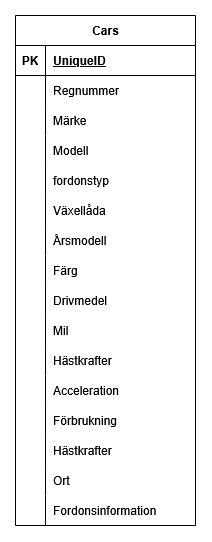
The draw.io diagram db/Bil_ER.drawio.png in Rilr20/car_overview, before a commit. Source tidied: cells renumbered, new cells last; positions are measured from the earlier drawing's top-left corner, leaving out a move shared by most shapes.
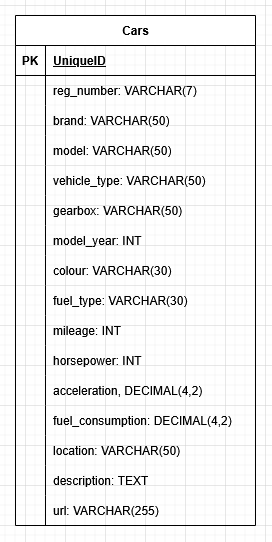
The same file after the commit.

Commit message:
updated to english, with data types

What changed in the source:
```diff
@@ -3,151 +3,151 @@
     <mxCell id="0" />
     <mxCell id="1" parent="0" />
     <mxCell id="2" value="Cars" style="shape=table;startSize=30;rowLines=0;fontStyle=1;align=center;html=1;" parent="1" vertex="1">
-      <mxGeometry width="180" height="510" as="geometry" />
+      <mxGeometry width="240" height="510" as="geometry" />
     </mxCell>
     <mxCell id="3" style="shape=tableRow;horizontal=0;startSize=0;swimlaneHead=0;swimlaneBody=0;fillColor=none;top=0;left=0;right=0;bottom=1;" parent="2" vertex="1">
-      <mxGeometry y="30" width="180" height="30" as="geometry" />
+      <mxGeometry y="30" width="240" height="30" as="geometry" />
     </mxCell>
     <mxCell id="4" value="PK" style="shape=partialRectangle;fillColor=none;top=0;left=0;bottom=0;right=0;fontStyle=1;overflow=hidden;whiteSpace=wrap;html=1;" parent="3" vertex="1">
       <mxGeometry width="30" height="30" as="geometry" />
     </mxCell>
     <mxCell id="5" value="UniqueID" style="shape=partialRectangle;fillColor=none;top=0;left=0;bottom=0;right=0;align=left;spacingLeft=6;fontStyle=5;overflow=hidden;whiteSpace=wrap;html=1;" parent="3" vertex="1">
-      <mxGeometry x="30" width="150" height="30" as="geometry" />
+      <mxGeometry x="30" width="210" height="30" as="geometry" />
     </mxCell>
     <mxCell id="6" style="shape=tableRow;horizontal=0;startSize=0;swimlaneHead=0;swimlaneBody=0;fillColor=none;top=0;left=0;right=0;bottom=0;" parent="2" vertex="1">
-      <mxGeometry y="60" width="180" height="30" as="geometry" />
+      <mxGeometry y="60" width="240" height="30" as="geometry" />
     </mxCell>
     <mxCell id="7" style="shape=partialRectangle;fillColor=none;top=0;left=0;bottom=0;right=0;overflow=hidden;whiteSpace=wrap;html=1;" parent="6" vertex="1">
       <mxGeometry width="30" height="30" as="geometry" />
     </mxCell>
-    <mxCell id="8" value="Regnummer" style="shape=partialRectangle;fillColor=none;top=0;left=0;bottom=0;right=0;align=left;spacingLeft=6;overflow=hidden;whiteSpace=wrap;html=1;" parent="6" vertex="1">
-      <mxGeometry x="30" width="150" height="30" as="geometry" />
+    <mxCell id="8" value="reg_number: VARCHAR(7)" style="shape=partialRectangle;fillColor=none;top=0;left=0;bottom=0;right=0;align=left;spacingLeft=6;overflow=hidden;whiteSpace=wrap;html=1;" parent="6" vertex="1">
+      <mxGeometry x="30" width="210" height="30" as="geometry" />
     </mxCell>
     <mxCell id="9" style="shape=tableRow;horizontal=0;startSize=0;swimlaneHead=0;swimlaneBody=0;fillColor=none;top=0;left=0;right=0;bottom=0;" parent="2" vertex="1">
-      <mxGeometry y="90" width="180" height="30" as="geometry" />
+      <mxGeometry y="90" width="240" height="30" as="geometry" />
     </mxCell>
     <mxCell id="10" style="shape=partialRectangle;fillColor=none;top=0;left=0;bottom=0;right=0;overflow=hidden;whiteSpace=wrap;html=1;" parent="9" vertex="1">
       <mxGeometry width="30" height="30" as="geometry" />
     </mxCell>
-    <mxCell id="11" value="Märke" style="shape=partialRectangle;fillColor=none;top=0;left=0;bottom=0;right=0;align=left;spacingLeft=6;overflow=hidden;whiteSpace=wrap;html=1;" parent="9" vertex="1">
-      <mxGeometry x="30" width="150" height="30" as="geometry" />
+    <mxCell id="11" value="brand: VARCHAR(50)" style="shape=partialRectangle;fillColor=none;top=0;left=0;bottom=0;right=0;align=left;spacingLeft=6;overflow=hidden;whiteSpace=wrap;html=1;" parent="9" vertex="1">
+      <mxGeometry x="30" width="210" height="30" as="geometry" />
     </mxCell>
     <mxCell id="12" style="shape=tableRow;horizontal=0;startSize=0;swimlaneHead=0;swimlaneBody=0;fillColor=none;top=0;left=0;right=0;bottom=0;" parent="2" vertex="1">
-      <mxGeometry y="120" width="180" height="30" as="geometry" />
+      <mxGeometry y="120" width="240" height="30" as="geometry" />
     </mxCell>
     <mxCell id="13" style="shape=partialRectangle;fillColor=none;top=0;left=0;bottom=0;right=0;overflow=hidden;whiteSpace=wrap;html=1;" parent="12" vertex="1">
       <mxGeometry width="30" height="30" as="geometry" />
     </mxCell>
-    <mxCell id="14" value="Modell" style="shape=partialRectangle;fillColor=none;top=0;left=0;bottom=0;right=0;align=left;spacingLeft=6;overflow=hidden;whiteSpace=wrap;html=1;" parent="12" vertex="1">
-      <mxGeometry x="30" width="150" height="30" as="geometry" />
+    <mxCell id="14" value="model: VARCHAR(50)" style="shape=partialRectangle;fillColor=none;top=0;left=0;bottom=0;right=0;align=left;spacingLeft=6;overflow=hidden;whiteSpace=wrap;html=1;" parent="12" vertex="1">
+      <mxGeometry x="30" width="210" height="30" as="geometry" />
     </mxCell>
     <mxCell id="15" style="shape=tableRow;horizontal=0;startSize=0;swimlaneHead=0;swimlaneBody=0;fillColor=none;top=0;left=0;right=0;bottom=0;" parent="2" vertex="1">
-      <mxGeometry y="150" width="180" height="30" as="geometry" />
+      <mxGeometry y="150" width="240" height="30" as="geometry" />
     </mxCell>
     <mxCell id="16" style="shape=partialRectangle;fillColor=none;top=0;left=0;bottom=0;right=0;overflow=hidden;" parent="15" vertex="1">
       <mxGeometry width="30" height="30" as="geometry" />
     </mxCell>
-    <mxCell id="17" value="fordonstyp" style="shape=partialRectangle;fillColor=none;top=0;left=0;bottom=0;right=0;align=left;spacingLeft=6;overflow=hidden;" parent="15" vertex="1">
-      <mxGeometry x="30" width="150" height="30" as="geometry" />
+    <mxCell id="17" value="vehicle_type: VARCHAR(50)" style="shape=partialRectangle;fillColor=none;top=0;left=0;bottom=0;right=0;align=left;spacingLeft=6;overflow=hidden;" parent="15" vertex="1">
+      <mxGeometry x="30" width="210" height="30" as="geometry" />
     </mxCell>
     <mxCell id="18" style="shape=tableRow;horizontal=0;startSize=0;swimlaneHead=0;swimlaneBody=0;fillColor=none;top=0;left=0;right=0;bottom=0;" parent="2" vertex="1">
-      <mxGeometry y="180" width="180" height="30" as="geometry" />
+      <mxGeometry y="180" width="240" height="30" as="geometry" />
     </mxCell>
     <mxCell id="19" style="shape=partialRectangle;fillColor=none;top=0;left=0;bottom=0;right=0;overflow=hidden;" parent="18" vertex="1">
       <mxGeometry width="30" height="30" as="geometry" />
     </mxCell>
-    <mxCell id="20" value="Växellåda" style="shape=partialRectangle;fillColor=none;top=0;left=0;bottom=0;right=0;align=left;spacingLeft=6;overflow=hidden;" parent="18" vertex="1">
-      <mxGeometry x="30" width="150" height="30" as="geometry" />
+    <mxCell id="20" value="gearbox: VARCHAR(50)" style="shape=partialRectangle;fillColor=none;top=0;left=0;bottom=0;right=0;align=left;spacingLeft=6;overflow=hidden;" parent="18" vertex="1">
+      <mxGeometry x="30" width="210" height="30" as="geometry" />
     </mxCell>
     <mxCell id="21" style="shape=tableRow;horizontal=0;startSize=0;swimlaneHead=0;swimlaneBody=0;fillColor=none;top=0;left=0;right=0;bottom=0;" parent="2" vertex="1">
-      <mxGeometry y="210" width="180" height="30" as="geometry" />
+      <mxGeometry y="210" width="240" height="30" as="geometry" />
     </mxCell>
     <mxCell id="22" style="shape=partialRectangle;fillColor=none;top=0;left=0;bottom=0;right=0;overflow=hidden;" parent="21" vertex="1">
       <mxGeometry width="30" height="30" as="geometry" />
     </mxCell>
-    <mxCell id="23" value="Årsmodell" style="shape=partialRectangle;fillColor=none;top=0;left=0;bottom=0;right=0;align=left;spacingLeft=6;overflow=hidden;" parent="21" vertex="1">
-      <mxGeometry x="30" width="150" height="30" as="geometry" />
+    <mxCell id="23" value="model_year: INT" style="shape=partialRectangle;fillColor=none;top=0;left=0;bottom=0;right=0;align=left;spacingLeft=6;overflow=hidden;" parent="21" vertex="1">
+      <mxGeometry x="30" width="210" height="30" as="geometry" />
     </mxCell>
     <mxCell id="24" style="shape=tableRow;horizontal=0;startSize=0;swimlaneHead=0;swimlaneBody=0;fillColor=none;top=0;left=0;right=0;bottom=0;" parent="2" vertex="1">
-      <mxGeometry y="240" width="180" height="30" as="geometry" />
+      <mxGeometry y="240" width="240" height="30" as="geometry" />
     </mxCell>
     <mxCell id="25" style="shape=partialRectangle;fillColor=none;top=0;left=0;bottom=0;right=0;overflow=hidden;" parent="24" vertex="1">
       <mxGeometry width="30" height="30" as="geometry" />
     </mxCell>
-    <mxCell id="26" value="Färg" style="shape=partialRectangle;fillColor=none;top=0;left=0;bottom=0;right=0;align=left;spacingLeft=6;overflow=hidden;" parent="24" vertex="1">
-      <mxGeometry x="30" width="150" height="30" as="geometry" />
+    <mxCell id="26" value="colour: VARCHAR(30)" style="shape=partialRectangle;fillColor=none;top=0;left=0;bottom=0;right=0;align=left;spacingLeft=6;overflow=hidden;" parent="24" vertex="1">
+      <mxGeometry x="30" width="210" height="30" as="geometry" />
     </mxCell>
     <mxCell id="27" style="shape=tableRow;horizontal=0;startSize=0;swimlaneHead=0;swimlaneBody=0;fillColor=none;top=0;left=0;right=0;bottom=0;" parent="2" vertex="1">
-      <mxGeometry y="270" width="180" height="30" as="geometry" />
+      <mxGeometry y="270" width="240" height="30" as="geometry" />
     </mxCell>
     <mxCell id="28" style="shape=partialRectangle;fillColor=none;top=0;left=0;bottom=0;right=0;overflow=hidden;" parent="27" vertex="1">
       <mxGeometry width="30" height="30" as="geometry" />
     </mxCell>
-    <mxCell id="29" value="Drivmedel" style="shape=partialRectangle;fillColor=none;top=0;left=0;bottom=0;right=0;align=left;spacingLeft=6;overflow=hidden;" parent="27" vertex="1">
-      <mxGeometry x="30" width="150" height="30" as="geometry" />
+    <mxCell id="29" value="fuel_type: VARCHAR(30)" style="shape=partialRectangle;fillColor=none;top=0;left=0;bottom=0;right=0;align=left;spacingLeft=6;overflow=hidden;" parent="27" vertex="1">
+      <mxGeometry x="30" width="210" height="30" as="geometry" />
     </mxCell>
     <mxCell id="30" style="shape=tableRow;horizontal=0;startSize=0;swimlaneHead=0;swimlaneBody=0;fillColor=none;top=0;left=0;right=0;bottom=0;" parent="2" vertex="1">
-      <mxGeometry y="300" width="180" height="30" as="geometry" />
+      <mxGeometry y="300" width="240" height="30" as="geometry" />
     </mxCell>
     <mxCell id="31" style="shape=partialRectangle;fillColor=none;top=0;left=0;bottom=0;right=0;overflow=hidden;" parent="30" vertex="1">
       <mxGeometry width="30" height="30" as="geometry" />
     </mxCell>
-    <mxCell id="32" value="Mil" style="shape=partialRectangle;fillColor=none;top=0;left=0;bottom=0;right=0;align=left;spacingLeft=6;overflow=hidden;" parent="30" vertex="1">
-      <mxGeometry x="30" width="150" height="30" as="geometry" />
+    <mxCell id="32" value="mileage: INT" style="shape=partialRectangle;fillColor=none;top=0;left=0;bottom=0;right=0;align=left;spacingLeft=6;overflow=hidden;" parent="30" vertex="1">
+      <mxGeometry x="30" width="210" height="30" as="geometry" />
     </mxCell>
     <mxCell id="33" style="shape=tableRow;horizontal=0;startSize=0;swimlaneHead=0;swimlaneBody=0;fillColor=none;top=0;left=0;right=0;bottom=0;" parent="2" vertex="1">
-      <mxGeometry y="330" width="180" height="30" as="geometry" />
+      <mxGeometry y="330" width="240" height="30" as="geometry" />
     </mxCell>
     <mxCell id="34" style="shape=partialRectangle;fillColor=none;top=0;left=0;bottom=0;right=0;overflow=hidden;" parent="33" vertex="1">
       <mxGeometry width="30" height="30" as="geometry" />
     </mxCell>
-    <mxCell id="35" value="Hästkrafter" style="shape=partialRectangle;fillColor=none;top=0;left=0;bottom=0;right=0;align=left;spacingLeft=6;overflow=hidden;" parent="33" vertex="1">
-      <mxGeometry x="30" width="150" height="30" as="geometry" />
+    <mxCell id="35" value="horsepower: INT" style="shape=partialRectangle;fillColor=none;top=0;left=0;bottom=0;right=0;align=left;spacingLeft=6;overflow=hidden;" parent="33" vertex="1">
+      <mxGeometry x="30" width="210" height="30" as="geometry" />
     </mxCell>
     <mxCell id="36" style="shape=tableRow;horizontal=0;startSize=0;swimlaneHead=0;swimlaneBody=0;fillColor=none;top=0;left=0;right=0;bottom=0;" parent="2" vertex="1">
-      <mxGeometry y="360" width="180" height="30" as="geometry" />
+      <mxGeometry y="360" width="240" height="30" as="geometry" />
     </mxCell>
     <mxCell id="37" style="shape=partialRectangle;fillColor=none;top=0;left=0;bottom=0;right=0;overflow=hidden;" parent="36" vertex="1">
       <mxGeometry width="30" height="30" as="geometry" />
     </mxCell>
-    <mxCell id="38" value="Acceleration" style="shape=partialRectangle;fillColor=none;top=0;left=0;bottom=0;right=0;align=left;spacingLeft=6;overflow=hidden;" parent="36" vertex="1">
-      <mxGeometry x="30" width="150" height="30" as="geometry" />
+    <mxCell id="38" value="acceleration, DECIMAL(4,2)" style="shape=partialRectangle;fillColor=none;top=0;left=0;bottom=0;right=0;align=left;spacingLeft=6;overflow=hidden;" parent="36" vertex="1">
+      <mxGeometry x="30" width="210" height="30" as="geometry" />
     </mxCell>
     <mxCell id="39" style="shape=tableRow;horizontal=0;startSize=0;swimlaneHead=0;swimlaneBody=0;fillColor=none;top=0;left=0;right=0;bottom=0;" parent="2" vertex="1">
-      <mxGeometry y="390" width="180" height="30" as="geometry" />
+      <mxGeometry y="390" width="240" height="30" as="geometry" />
     </mxCell>
     <mxCell id="40" style="shape=partialRectangle;fillColor=none;top=0;left=0;bottom=0;right=0;overflow=hidden;" parent="39" vertex="1">
       <mxGeometry width="30" height="30" as="geometry" />
     </mxCell>
-    <mxCell id="41" value="Förbrukning" style="shape=partialRectangle;fillColor=none;top=0;left=0;bottom=0;right=0;align=left;spacingLeft=6;overflow=hidden;" parent="39" vertex="1">
-      <mxGeometry x="30" width="150" height="30" as="geometry" />
+    <mxCell id="41" value="fuel_consumption: DECIMAL(4,2)" style="shape=partialRectangle;fillColor=none;top=0;left=0;bottom=0;right=0;align=left;spacingLeft=6;overflow=hidden;" parent="39" vertex="1">
+      <mxGeometry x="30" width="210" height="30" as="geometry" />
     </mxCell>
-    <mxCell id="42" style="shape=tableRow;horizontal=0;startSize=0;swimlaneHead=0;swimlaneBody=0;fillColor=none;top=0;left=0;right=0;bottom=0;" parent="2" vertex="1">
-      <mxGeometry y="420" width="180" height="30" as="geometry" />
-    </mxCell>
-    <mxCell id="43" style="shape=partialRectangle;fillColor=none;top=0;left=0;bottom=0;right=0;overflow=hidden;" parent="42" vertex="1">
-      <mxGeometry width="30" height="30" as="geometry" />
-    </mxCell>
-    <mxCell id="44" value="Hästkrafter" style="shape=partialRectangle;fillColor=none;top=0;left=0;bottom=0;right=0;align=left;spacingLeft=6;overflow=hidden;" parent="42" vertex="1">
-      <mxGeometry x="30" width="150" height="30" as="geometry" />
-    </mxCell>
     <mxCell id="45" style="shape=tableRow;horizontal=0;startSize=0;swimlaneHead=0;swimlaneBody=0;fillColor=none;top=0;left=0;right=0;bottom=0;" parent="2" vertex="1">
-      <mxGeometry y="450" width="180" height="30" as="geometry" />
+      <mxGeometry y="420" width="240" height="30" as="geometry" />
     </mxCell>
     <mxCell id="46" style="shape=partialRectangle;fillColor=none;top=0;left=0;bottom=0;right=0;overflow=hidden;" parent="45" vertex="1">
       <mxGeometry width="30" height="30" as="geometry" />
     </mxCell>
-    <mxCell id="47" value="Ort" style="shape=partialRectangle;fillColor=none;top=0;left=0;bottom=0;right=0;align=left;spacingLeft=6;overflow=hidden;" parent="45" vertex="1">
-      <mxGeometry x="30" width="150" height="30" as="geometry" />
+    <mxCell id="47" value="location: VARCHAR(50)" style="shape=partialRectangle;fillColor=none;top=0;left=0;bottom=0;right=0;align=left;spacingLeft=6;overflow=hidden;" parent="45" vertex="1">
+      <mxGeometry x="30" width="210" height="30" as="geometry" />
     </mxCell>
     <mxCell id="48" style="shape=tableRow;horizontal=0;startSize=0;swimlaneHead=0;swimlaneBody=0;fillColor=none;top=0;left=0;right=0;bottom=0;" parent="2" vertex="1">
-      <mxGeometry y="480" width="180" height="30" as="geometry" />
+      <mxGeometry y="450" width="240" height="30" as="geometry" />
     </mxCell>
     <mxCell id="49" style="shape=partialRectangle;fillColor=none;top=0;left=0;bottom=0;right=0;overflow=hidden;" parent="48" vertex="1">
       <mxGeometry width="30" height="30" as="geometry" />
     </mxCell>
-    <mxCell id="50" value="Fordonsinformation" style="shape=partialRectangle;fillColor=none;top=0;left=0;bottom=0;right=0;align=left;spacingLeft=6;overflow=hidden;" parent="48" vertex="1">
-      <mxGeometry x="30" width="150" height="30" as="geometry" />
+    <mxCell id="50" value="description: TEXT" style="shape=partialRectangle;fillColor=none;top=0;left=0;bottom=0;right=0;align=left;spacingLeft=6;overflow=hidden;" parent="48" vertex="1">
+      <mxGeometry x="30" width="210" height="30" as="geometry" />
     </mxCell>
+    <mxCell id="51" style="shape=tableRow;horizontal=0;startSize=0;swimlaneHead=0;swimlaneBody=0;fillColor=none;top=0;left=0;right=0;bottom=0;" parent="2" vertex="1">
+      <mxGeometry y="480" width="240" height="30" as="geometry" />
+    </mxCell>
+    <mxCell id="43" style="shape=partialRectangle;fillColor=none;top=0;left=0;bottom=0;right=0;overflow=hidden;" parent="51" vertex="1">
+      <mxGeometry width="30" height="30" as="geometry" />
+    </mxCell>
+    <mxCell id="52" value="url: VARCHAR(255)" style="shape=partialRectangle;fillColor=none;top=0;left=0;bottom=0;right=0;align=left;spacingLeft=6;overflow=hidden;" parent="51" vertex="1">
+      <mxGeometry x="30" width="210" height="30" as="geometry" />
+    </mxCell>
   </root>
 </mxGraphModel>
```
